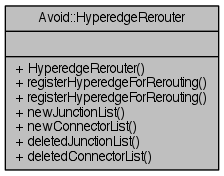
Earlier version of the Graphviz export documentation/classAvoid_1_1HyperedgeRerouter__coll__graph.png (mjwybrow/adaptagrams). Its source is kept beside it as documentation/classAvoid_1_1HyperedgeRerouter__coll__graph.dot. The source it was exported from:
```dot
digraph "Avoid::HyperedgeRerouter"
{
  edge [fontname="Helvetica",fontsize="10",labelfontname="Helvetica",labelfontsize="10"];
  node [fontname="Helvetica",fontsize="10",shape=record];
  Node1 [label="{Avoid::HyperedgeRerouter\n||+ HyperedgeRerouter()\l+ registerHyperedgeForRerouting()\l+ registerHyperedgeForRerouting()\l+ newJunctionList()\l+ newConnectorList()\l+ deletedJunctionList()\l+ deletedConnectorList()\l}",height=0.2,width=0.4,color="black", fillcolor="grey75", style="filled" fontcolor="black"];
}
```
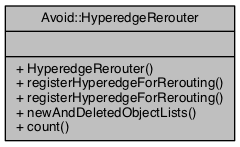
Later version of the same file.

The edit, as a diff of the source:
```diff
@@ -2,5 +2,5 @@
 {
   edge [fontname="Helvetica",fontsize="10",labelfontname="Helvetica",labelfontsize="10"];
   node [fontname="Helvetica",fontsize="10",shape=record];
-  Node1 [label="{Avoid::HyperedgeRerouter\n||+ HyperedgeRerouter()\l+ registerHyperedgeForRerouting()\l+ registerHyperedgeForRerouting()\l+ newJunctionList()\l+ newConnectorList()\l+ deletedJunctionList()\l+ deletedConnectorList()\l}",height=0.2,width=0.4,color="black", fillcolor="grey75", style="filled" fontcolor="black"];
+  Node1 [label="{Avoid::HyperedgeRerouter\n||+ HyperedgeRerouter()\l+ registerHyperedgeForRerouting()\l+ registerHyperedgeForRerouting()\l+ newAndDeletedObjectLists()\l+ count()\l}",height=0.2,width=0.4,color="black", fillcolor="grey75", style="filled", fontcolor="black"];
 }
```
